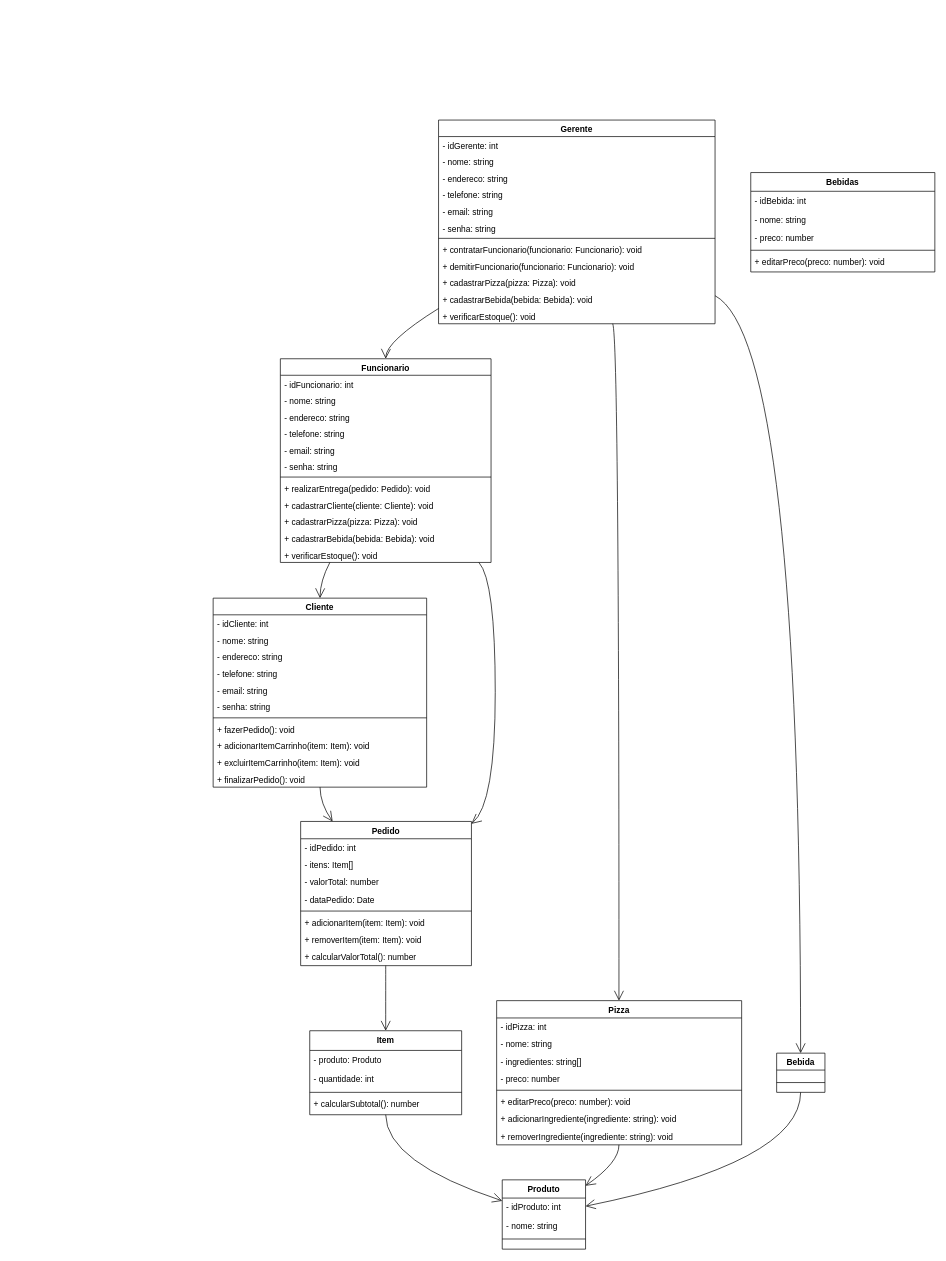
The draw.io diagram Eng. de software/Trab_EngenhariaSF.drawio in LuisAugusto0/Arquivos_PUC_CC, before the edit. Source tidied: cells renumbered, new cells numbered last; positions are measured from the earlier drawing's top-left corner, leaving out a move shared by most shapes. Both pictures are drawn from the tidied source at 70%, with x=0, y=0 at pixel (213, 120).
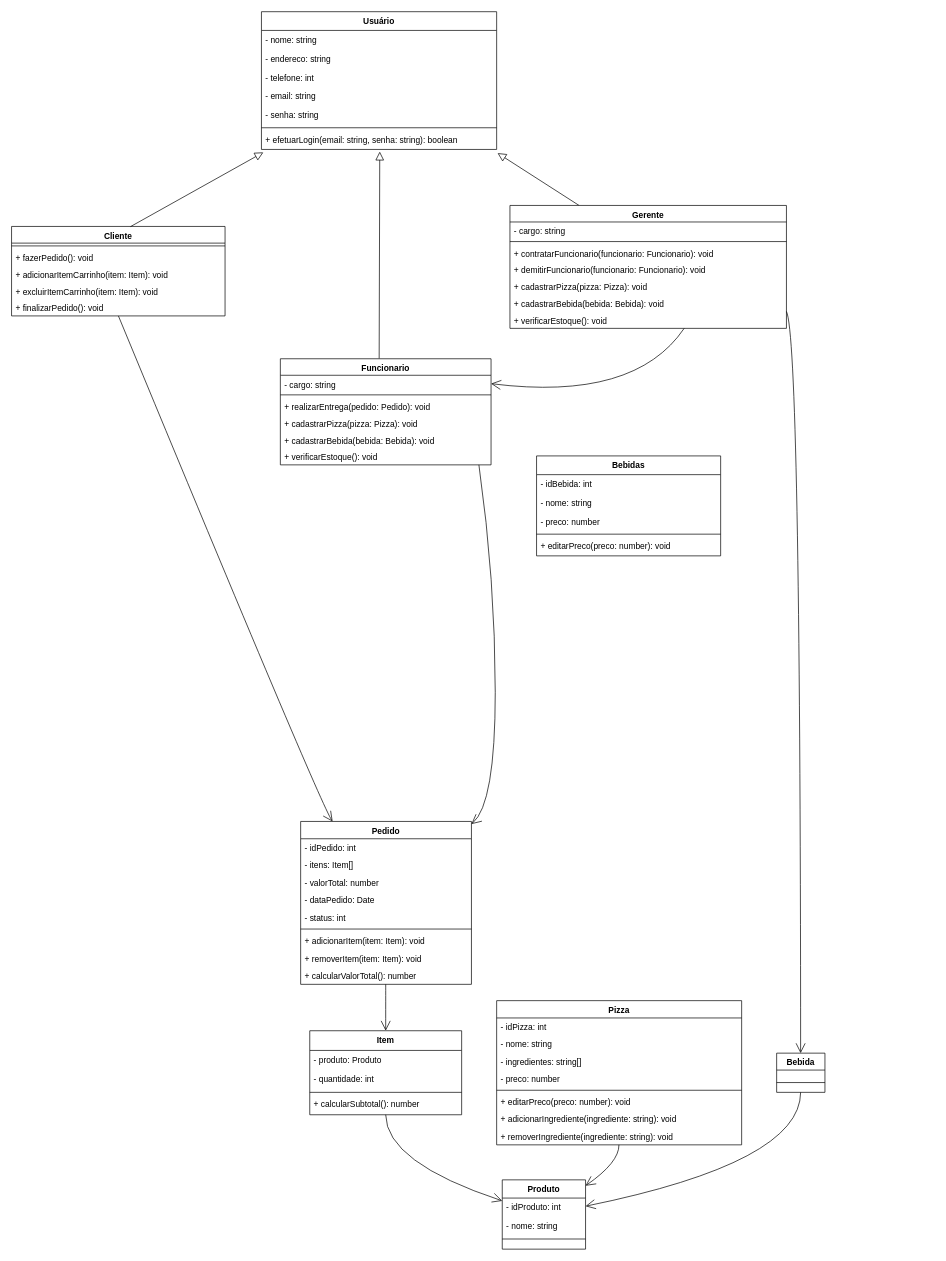
The same page after the edit.

The change refers to these unchanged cells:
```xml
<mxCell id="40" value="Pizza" style="swimlane;fontStyle=1;align=center;verticalAlign=top;horizontal=1;startSize=24.730932235717773;" parent="1" vertex="1">
  <mxGeometry x="405" y="1258" width="350" height="206" as="geometry" />
</mxCell>
```

Change to the diagram source:
```diff
@@
     <mxCell id="2" value="Cliente" style="swimlane;fontStyle=1;align=center;verticalAlign=top;horizontal=1;startSize=23.8104775168679;" parent="1" vertex="1">
-      <mxGeometry y="683" width="305" height="270" as="geometry" />
+      <mxGeometry x="-288" y="152" width="305" height="127.8" as="geometry" />
     </mxCell>
-    <mxCell id="3" value="- idCliente: int" style="text;strokeColor=none;fillColor=none;align=left;verticalAlign=top;spacingLeft=4;spacingRight=4;overflow=hidden;" parent="2" vertex="1">
-      <mxGeometry y="24" width="305" height="24" as="geometry" />
-    </mxCell>
-    <mxCell id="4" value="- nome: string" style="text;strokeColor=none;fillColor=none;align=left;verticalAlign=top;spacingLeft=4;spacingRight=4;overflow=hidden;" parent="2" vertex="1">
-      <mxGeometry y="48" width="305" height="24" as="geometry" />
-    </mxCell>
-    <mxCell id="5" value="- endereco: string" style="text;strokeColor=none;fillColor=none;align=left;verticalAlign=top;spacingLeft=4;spacingRight=4;overflow=hidden;" parent="2" vertex="1">
-      <mxGeometry y="71" width="305" height="24" as="geometry" />
-    </mxCell>
-    <mxCell id="6" value="- telefone: string" style="text;strokeColor=none;fillColor=none;align=left;verticalAlign=top;spacingLeft=4;spacingRight=4;overflow=hidden;" parent="2" vertex="1">
-      <mxGeometry y="95" width="305" height="24" as="geometry" />
-    </mxCell>
-    <mxCell id="7" value="- email: string" style="text;strokeColor=none;fillColor=none;align=left;verticalAlign=top;spacingLeft=4;spacingRight=4;overflow=hidden;" parent="2" vertex="1">
-      <mxGeometry y="119" width="305" height="24" as="geometry" />
-    </mxCell>
-    <mxCell id="8" value="- senha: string" style="text;strokeColor=none;fillColor=none;align=left;verticalAlign=top;spacingLeft=4;spacingRight=4;overflow=hidden;" parent="2" vertex="1">
-      <mxGeometry y="143" width="305" height="24" as="geometry" />
-    </mxCell>
     <mxCell id="9" style="line;strokeWidth=1;fillColor=none;align=left;verticalAlign=middle;spacingTop=-1;spacingLeft=3;spacingRight=3;labelPosition=right;strokeColor=inherit;" parent="2" vertex="1">
-      <mxGeometry y="167" width="305" height="8" as="geometry" />
+      <mxGeometry y="23.8" width="305" height="8" as="geometry" />
     </mxCell>
     <mxCell id="10" value="+ fazerPedido(): void" style="text;strokeColor=none;fillColor=none;align=left;verticalAlign=top;spacingLeft=4;spacingRight=4;overflow=hidden;" parent="2" vertex="1">
-      <mxGeometry y="175" width="305" height="24" as="geometry" />
+      <mxGeometry y="31.8" width="305" height="24" as="geometry" />
     </mxCell>
     <mxCell id="11" value="+ adicionarItemCarrinho(item: Item): void" style="text;strokeColor=none;fillColor=none;align=left;verticalAlign=top;spacingLeft=4;spacingRight=4;overflow=hidden;" parent="2" vertex="1">
-      <mxGeometry y="198" width="305" height="24" as="geometry" />
+      <mxGeometry y="55.8" width="305" height="24" as="geometry" />
     </mxCell>
     <mxCell id="12" value="+ excluirItemCarrinho(item: Item): void" style="text;strokeColor=none;fillColor=none;align=left;verticalAlign=top;spacingLeft=4;spacingRight=4;overflow=hidden;" parent="2" vertex="1">
-      <mxGeometry y="222" width="305" height="24" as="geometry" />
+      <mxGeometry y="79.8" width="305" height="24" as="geometry" />
     </mxCell>
     <mxCell id="13" value="+ finalizarPedido(): void" style="text;strokeColor=none;fillColor=none;align=left;verticalAlign=top;spacingLeft=4;spacingRight=4;overflow=hidden;" parent="2" vertex="1">
-      <mxGeometry y="246" width="305" height="24" as="geometry" />
+      <mxGeometry y="103.8" width="305" height="24" as="geometry" />
     </mxCell>
     <mxCell id="14" value="Funcionario" style="swimlane;fontStyle=1;align=center;verticalAlign=top;horizontal=1;startSize=23.605931599934895;" parent="1" vertex="1">
-      <mxGeometry x="96" y="341" width="301" height="291" as="geometry" />
+      <mxGeometry x="96" y="341" width="301" height="151.6" as="geometry" />
     </mxCell>
-    <mxCell id="15" value="- idFuncionario: int" style="text;strokeColor=none;fillColor=none;align=left;verticalAlign=top;spacingLeft=4;spacingRight=4;overflow=hidden;" parent="14" vertex="1">
-      <mxGeometry y="24" width="301" height="24" as="geometry" />
-    </mxCell>
-    <mxCell id="16" value="- nome: string" style="text;strokeColor=none;fillColor=none;align=left;verticalAlign=top;spacingLeft=4;spacingRight=4;overflow=hidden;" parent="14" vertex="1">
-      <mxGeometry y="47" width="301" height="24" as="geometry" />
-    </mxCell>
-    <mxCell id="17" value="- endereco: string" style="text;strokeColor=none;fillColor=none;align=left;verticalAlign=top;spacingLeft=4;spacingRight=4;overflow=hidden;" parent="14" vertex="1">
-      <mxGeometry y="71" width="301" height="24" as="geometry" />
-    </mxCell>
-    <mxCell id="18" value="- telefone: string" style="text;strokeColor=none;fillColor=none;align=left;verticalAlign=top;spacingLeft=4;spacingRight=4;overflow=hidden;" parent="14" vertex="1">
-      <mxGeometry y="94" width="301" height="24" as="geometry" />
-    </mxCell>
-    <mxCell id="19" value="- email: string" style="text;strokeColor=none;fillColor=none;align=left;verticalAlign=top;spacingLeft=4;spacingRight=4;overflow=hidden;" parent="14" vertex="1">
-      <mxGeometry y="118" width="301" height="24" as="geometry" />
-    </mxCell>
-    <mxCell id="20" value="- senha: string" style="text;strokeColor=none;fillColor=none;align=left;verticalAlign=top;spacingLeft=4;spacingRight=4;overflow=hidden;points=[[0,0.5],[1,0.5]];portConstraint=eastwest;" parent="14" vertex="1">
-      <mxGeometry y="142" width="301" height="24" as="geometry" />
+    <mxCell id="20" value="- cargo: string" style="text;strokeColor=none;fillColor=none;align=left;verticalAlign=top;spacingLeft=4;spacingRight=4;overflow=hidden;points=[[0,0.5],[1,0.5]];portConstraint=eastwest;" parent="14" vertex="1">
+      <mxGeometry y="23.6" width="301" height="24" as="geometry" />
     </mxCell>
     <mxCell id="21" style="line;strokeWidth=1;fillColor=none;align=left;verticalAlign=middle;spacingTop=-1;spacingLeft=3;spacingRight=3;labelPosition=right;strokeColor=inherit;" parent="14" vertex="1">
-      <mxGeometry y="165" width="301" height="8" as="geometry" />
+      <mxGeometry y="47.6" width="301" height="8" as="geometry" />
     </mxCell>
     <mxCell id="22" value="+ realizarEntrega(pedido: Pedido): void" style="text;strokeColor=none;fillColor=none;align=left;verticalAlign=top;spacingLeft=4;spacingRight=4;overflow=hidden;" parent="14" vertex="1">
-      <mxGeometry y="173" width="301" height="24" as="geometry" />
+      <mxGeometry y="55.6" width="301" height="24" as="geometry" />
     </mxCell>
-    <mxCell id="23" value="+ cadastrarCliente(cliente: Cliente): void" style="text;strokeColor=none;fillColor=none;align=left;verticalAlign=top;spacingLeft=4;spacingRight=4;overflow=hidden;" parent="14" vertex="1">
-      <mxGeometry y="197" width="301" height="24" as="geometry" />
-    </mxCell>
     <mxCell id="24" value="+ cadastrarPizza(pizza: Pizza): void" style="text;strokeColor=none;fillColor=none;align=left;verticalAlign=top;spacingLeft=4;spacingRight=4;overflow=hidden;" parent="14" vertex="1">
-      <mxGeometry y="220" width="301" height="24" as="geometry" />
+      <mxGeometry y="79.6" width="301" height="24" as="geometry" />
     </mxCell>
     <mxCell id="25" value="+ cadastrarBebida(bebida: Bebida): void" style="text;strokeColor=none;fillColor=none;align=left;verticalAlign=top;spacingLeft=4;spacingRight=4;overflow=hidden;" parent="14" vertex="1">
-      <mxGeometry y="244" width="301" height="24" as="geometry" />
+      <mxGeometry y="103.6" width="301" height="24" as="geometry" />
     </mxCell>
     <mxCell id="26" value="+ verificarEstoque(): void" style="text;strokeColor=none;fillColor=none;align=left;verticalAlign=top;spacingLeft=4;spacingRight=4;overflow=hidden;" parent="14" vertex="1">
-      <mxGeometry y="268" width="301" height="24" as="geometry" />
+      <mxGeometry y="127.6" width="301" height="24" as="geometry" />
     </mxCell>
+    <mxCell id="85" style="rounded=0;jettySize=auto;html=1;exitX=0.25;exitY=0;exitDx=0;exitDy=0;endArrow=block;endFill=0;entryX=1.004;entryY=1.195;entryDx=0;entryDy=0;entryPerimeter=0;endSize=10;" parent="1" edge="1" source="27" target="95">
+      <mxGeometry relative="1" as="geometry" />
+    </mxCell>
     <mxCell id="27" value="Gerente" style="swimlane;fontStyle=1;align=center;verticalAlign=top;horizontal=1;startSize=23.605931599934895;" parent="1" vertex="1">
-      <mxGeometry x="322" width="395" height="291" as="geometry" />
+      <mxGeometry x="424" y="122" width="395" height="175.6" as="geometry" />
     </mxCell>
-    <mxCell id="28" value="- idGerente: int" style="text;strokeColor=none;fillColor=none;align=left;verticalAlign=top;spacingLeft=4;spacingRight=4;overflow=hidden;" parent="27" vertex="1">
-      <mxGeometry y="24" width="395" height="24" as="geometry" />
-    </mxCell>
-    <mxCell id="29" value="- nome: string" style="text;strokeColor=none;fillColor=none;align=left;verticalAlign=top;spacingLeft=4;spacingRight=4;overflow=hidden;" parent="27" vertex="1">
-      <mxGeometry y="47" width="395" height="24" as="geometry" />
-    </mxCell>
-    <mxCell id="30" value="- endereco: string" style="text;strokeColor=none;fillColor=none;align=left;verticalAlign=top;spacingLeft=4;spacingRight=4;overflow=hidden;" parent="27" vertex="1">
-      <mxGeometry y="71" width="395" height="24" as="geometry" />
-    </mxCell>
-    <mxCell id="31" value="- telefone: string" style="text;strokeColor=none;fillColor=none;align=left;verticalAlign=top;spacingLeft=4;spacingRight=4;overflow=hidden;" parent="27" vertex="1">
-      <mxGeometry y="94" width="395" height="24" as="geometry" />
-    </mxCell>
-    <mxCell id="32" value="- email: string" style="text;strokeColor=none;fillColor=none;align=left;verticalAlign=top;spacingLeft=4;spacingRight=4;overflow=hidden;" parent="27" vertex="1">
-      <mxGeometry y="118" width="395" height="24" as="geometry" />
-    </mxCell>
-    <mxCell id="33" value="- senha: string" style="text;strokeColor=none;fillColor=none;align=left;verticalAlign=top;spacingLeft=4;spacingRight=4;overflow=hidden;" parent="27" vertex="1">
-      <mxGeometry y="142" width="395" height="24" as="geometry" />
-    </mxCell>
+    <mxCell id="86" value="- cargo: string" style="text;strokeColor=none;fillColor=none;align=left;verticalAlign=top;spacingLeft=4;spacingRight=4;overflow=hidden;" parent="27" vertex="1">
+      <mxGeometry y="23.6" width="395" height="24" as="geometry" />
+    </mxCell>
     <mxCell id="34" style="line;strokeWidth=1;fillColor=none;align=left;verticalAlign=middle;spacingTop=-1;spacingLeft=3;spacingRight=3;labelPosition=right;strokeColor=inherit;" parent="27" vertex="1">
-      <mxGeometry y="165" width="395" height="8" as="geometry" />
+      <mxGeometry y="47.6" width="395" height="8" as="geometry" />
     </mxCell>
     <mxCell id="35" value="+ contratarFuncionario(funcionario: Funcionario): void" style="text;strokeColor=none;fillColor=none;align=left;verticalAlign=top;spacingLeft=4;spacingRight=4;overflow=hidden;" parent="27" vertex="1">
-      <mxGeometry y="173" width="395" height="24" as="geometry" />
+      <mxGeometry y="55.6" width="395" height="24" as="geometry" />
     </mxCell>
     <mxCell id="36" value="+ demitirFuncionario(funcionario: Funcionario): void" style="text;strokeColor=none;fillColor=none;align=left;verticalAlign=top;spacingLeft=4;spacingRight=4;overflow=hidden;" parent="27" vertex="1">
-      <mxGeometry y="197" width="395" height="24" as="geometry" />
+      <mxGeometry y="79.6" width="395" height="24" as="geometry" />
     </mxCell>
     <mxCell id="37" value="+ cadastrarPizza(pizza: Pizza): void" style="text;strokeColor=none;fillColor=none;align=left;verticalAlign=top;spacingLeft=4;spacingRight=4;overflow=hidden;" parent="27" vertex="1">
-      <mxGeometry y="220" width="395" height="24" as="geometry" />
+      <mxGeometry y="103.6" width="395" height="24" as="geometry" />
     </mxCell>
     <mxCell id="38" value="+ cadastrarBebida(bebida: Bebida): void" style="text;strokeColor=none;fillColor=none;align=left;verticalAlign=top;spacingLeft=4;spacingRight=4;overflow=hidden;" parent="27" vertex="1">
-      <mxGeometry y="244" width="395" height="24" as="geometry" />
+      <mxGeometry y="127.6" width="395" height="24" as="geometry" />
     </mxCell>
     <mxCell id="39" value="+ verificarEstoque(): void" style="text;strokeColor=none;fillColor=none;align=left;verticalAlign=top;spacingLeft=4;spacingRight=4;overflow=hidden;" parent="27" vertex="1">
-      <mxGeometry y="268" width="395" height="24" as="geometry" />
+      <mxGeometry y="151.6" width="395" height="24" as="geometry" />
     </mxCell>
@@
     <mxCell id="49" value="Bebidas" style="swimlane;fontStyle=1;align=center;verticalAlign=top;horizontal=1;startSize=26.7559326171875;" parent="1" vertex="1">
-      <mxGeometry x="768" y="75" width="263" height="142" as="geometry" />
+      <mxGeometry x="462" y="479.8" width="263" height="142.8" as="geometry" />
     </mxCell>
     <mxCell id="50" value="- idBebida: int" style="text;strokeColor=none;fillColor=none;align=left;verticalAlign=top;spacingLeft=4;spacingRight=4;overflow=hidden;" parent="49" vertex="1">
-      <mxGeometry y="27" width="263" height="27" as="geometry" />
+      <mxGeometry y="26.8" width="263" height="27" as="geometry" />
     </mxCell>
     <mxCell id="51" value="- nome: string" style="text;strokeColor=none;fillColor=none;align=left;verticalAlign=top;spacingLeft=4;spacingRight=4;overflow=hidden;" parent="49" vertex="1">
-      <mxGeometry y="54" width="263" height="27" as="geometry" />
+      <mxGeometry y="53.8" width="263" height="27" as="geometry" />
     </mxCell>
     <mxCell id="52" value="- preco: number" style="text;strokeColor=none;fillColor=none;align=left;verticalAlign=top;spacingLeft=4;spacingRight=4;overflow=hidden;" parent="49" vertex="1">
-      <mxGeometry y="80" width="263" height="27" as="geometry" />
+      <mxGeometry y="80.8" width="263" height="27" as="geometry" />
     </mxCell>
     <mxCell id="53" style="line;strokeWidth=1;fillColor=none;align=left;verticalAlign=middle;spacingTop=-1;spacingLeft=3;spacingRight=3;labelPosition=right;strokeColor=inherit;" parent="49" vertex="1">
-      <mxGeometry y="107" width="263" height="8" as="geometry" />
+      <mxGeometry y="107.8" width="263" height="8" as="geometry" />
     </mxCell>
     <mxCell id="54" value="+ editarPreco(preco: number): void" style="text;strokeColor=none;fillColor=none;align=left;verticalAlign=top;spacingLeft=4;spacingRight=4;overflow=hidden;" parent="49" vertex="1">
-      <mxGeometry y="115" width="263" height="27" as="geometry" />
+      <mxGeometry y="115.8" width="263" height="27" as="geometry" />
     </mxCell>
     <mxCell id="55" value="Pedido" style="swimlane;fontStyle=1;align=center;verticalAlign=top;horizontal=1;startSize=24.730932235717773;" parent="1" vertex="1">
-      <mxGeometry x="125" y="1002" width="244" height="206" as="geometry" />
+      <mxGeometry x="125" y="1002" width="244" height="232.7" as="geometry" />
     </mxCell>
     <mxCell id="56" value="- idPedido: int" style="text;strokeColor=none;fillColor=none;align=left;verticalAlign=top;spacingLeft=4;spacingRight=4;overflow=hidden;" parent="55" vertex="1">
-      <mxGeometry y="25" width="244" height="25" as="geometry" />
+      <mxGeometry y="24.7" width="244" height="25" as="geometry" />
     </mxCell>
     <mxCell id="57" value="- itens: Item[]" style="text;strokeColor=none;fillColor=none;align=left;verticalAlign=top;spacingLeft=4;spacingRight=4;overflow=hidden;" parent="55" vertex="1">
-      <mxGeometry y="49" width="244" height="25" as="geometry" />
+      <mxGeometry y="49.7" width="244" height="25" as="geometry" />
     </mxCell>
     <mxCell id="58" value="- valorTotal: number" style="text;strokeColor=none;fillColor=none;align=left;verticalAlign=top;spacingLeft=4;spacingRight=4;overflow=hidden;" parent="55" vertex="1">
-      <mxGeometry y="74" width="244" height="25" as="geometry" />
+      <mxGeometry y="74.7" width="244" height="25" as="geometry" />
     </mxCell>
     <mxCell id="59" value="- dataPedido: Date" style="text;strokeColor=none;fillColor=none;align=left;verticalAlign=top;spacingLeft=4;spacingRight=4;overflow=hidden;" parent="55" vertex="1">
-      <mxGeometry y="99" width="244" height="25" as="geometry" />
+      <mxGeometry y="99.7" width="244" height="25" as="geometry" />
     </mxCell>
+    <mxCell id="87" value="- status: int" style="text;strokeColor=none;fillColor=none;align=left;verticalAlign=top;spacingLeft=4;spacingRight=4;overflow=hidden;" parent="55" vertex="1">
+      <mxGeometry y="124.7" width="244" height="25" as="geometry" />
+    </mxCell>
     <mxCell id="60" style="line;strokeWidth=1;fillColor=none;align=left;verticalAlign=middle;spacingTop=-1;spacingLeft=3;spacingRight=3;labelPosition=right;strokeColor=inherit;" parent="55" vertex="1">
-      <mxGeometry y="124" width="244" height="8" as="geometry" />
+      <mxGeometry y="149.7" width="244" height="8" as="geometry" />
     </mxCell>
     <mxCell id="61" value="+ adicionarItem(item: Item): void" style="text;strokeColor=none;fillColor=none;align=left;verticalAlign=top;spacingLeft=4;spacingRight=4;overflow=hidden;" parent="55" vertex="1">
-      <mxGeometry y="132" width="244" height="25" as="geometry" />
+      <mxGeometry y="157.7" width="244" height="25" as="geometry" />
     </mxCell>
     <mxCell id="62" value="+ removerItem(item: Item): void" style="text;strokeColor=none;fillColor=none;align=left;verticalAlign=top;spacingLeft=4;spacingRight=4;overflow=hidden;" parent="55" vertex="1">
-      <mxGeometry y="156" width="244" height="25" as="geometry" />
+      <mxGeometry y="182.7" width="244" height="25" as="geometry" />
     </mxCell>
     <mxCell id="63" value="+ calcularValorTotal(): number" style="text;strokeColor=none;fillColor=none;align=left;verticalAlign=top;spacingLeft=4;spacingRight=4;overflow=hidden;" parent="55" vertex="1">
-      <mxGeometry y="181" width="244" height="25" as="geometry" />
+      <mxGeometry y="207.7" width="244" height="25" as="geometry" />
     </mxCell>
@@
-    <mxCell id="77" style="curved=1;startArrow=none;endArrow=open;endSize=12;exitX=0.23394459240729226;exitY=1.0018637745650774;entryX=0.5005557200947746;entryY=-0.0016949688946759258;" parent="1" edge="1" source="14" target="2">
-      <mxGeometry relative="1" as="geometry">
-        <Array as="points">
-          <mxPoint x="153" y="658" />
-        </Array>
-      </mxGeometry>
-    </mxCell>
-    <mxCell id="78" style="curved=1;startArrow=none;endArrow=open;endSize=12;exitX=0.0010325468039210839;exitY=0.9241104080935388;entryX=0.500014092835081;entryY=0.0009318872825386598;" parent="1" edge="1" source="27" target="14">
-      <mxGeometry relative="1" as="geometry">
-        <Array as="points">
-          <mxPoint x="247" y="316" />
-        </Array>
-      </mxGeometry>
-    </mxCell>
-    <mxCell id="79" style="curved=1;startArrow=none;endArrow=open;endSize=12;exitX=0.6302813684367862;exitY=1.0009318872825386;entryX=0.4991644505092076;entryY=0.0014809173287697209;" parent="1" edge="1" source="27" target="40">
+    <mxCell id="79" style="curved=1;startArrow=none;endArrow=open;endSize=12;exitX=0.6302813684367862;exitY=1.0009318872825386;entryX=1;entryY=0.5;entryDx=0;entryDy=0;" parent="1" edge="1" source="27" target="20">
       <mxGeometry relative="1" as="geometry">
         <Array as="points">
-          <mxPoint x="580" y="316" />
+          <mxPoint x="602" y="402" />
         </Array>
       </mxGeometry>
     </mxCell>
@@
+    <mxCell id="88" value="Usuário" style="swimlane;fontStyle=1;align=center;verticalAlign=top;horizontal=1;startSize=26.7559326171875;" parent="1" vertex="1">
+      <mxGeometry x="69" y="-154.8" width="336" height="196.8" as="geometry" />
+    </mxCell>
+    <mxCell id="89" value="- nome: string" style="text;strokeColor=none;fillColor=none;align=left;verticalAlign=top;spacingLeft=4;spacingRight=4;overflow=hidden;" parent="88" vertex="1">
+      <mxGeometry y="26.8" width="336" height="27" as="geometry" />
+    </mxCell>
+    <mxCell id="90" value="- endereco: string" style="text;strokeColor=none;fillColor=none;align=left;verticalAlign=top;spacingLeft=4;spacingRight=4;overflow=hidden;" parent="88" vertex="1">
+      <mxGeometry y="53.8" width="336" height="27" as="geometry" />
+    </mxCell>
+    <mxCell id="91" value="- telefone: int" style="text;strokeColor=none;fillColor=none;align=left;verticalAlign=top;spacingLeft=4;spacingRight=4;overflow=hidden;" parent="88" vertex="1">
+      <mxGeometry y="80.8" width="336" height="27" as="geometry" />
+    </mxCell>
+    <mxCell id="92" value="- email: string" style="text;strokeColor=none;fillColor=none;align=left;verticalAlign=top;spacingLeft=4;spacingRight=4;overflow=hidden;" parent="88" vertex="1">
+      <mxGeometry y="107.8" width="336" height="27" as="geometry" />
+    </mxCell>
+    <mxCell id="93" value="- senha: string" style="text;strokeColor=none;fillColor=none;align=left;verticalAlign=top;spacingLeft=4;spacingRight=4;overflow=hidden;" parent="88" vertex="1">
+      <mxGeometry y="134.8" width="336" height="27" as="geometry" />
+    </mxCell>
+    <mxCell id="94" style="line;strokeWidth=1;fillColor=none;align=left;verticalAlign=middle;spacingTop=-1;spacingLeft=3;spacingRight=3;labelPosition=right;strokeColor=inherit;" parent="88" vertex="1">
+      <mxGeometry y="161.8" width="336" height="8" as="geometry" />
+    </mxCell>
+    <mxCell id="95" value="+ efetuarLogin(email: string, senha: string): boolean" style="text;strokeColor=none;fillColor=none;align=left;verticalAlign=top;spacingLeft=4;spacingRight=4;overflow=hidden;points=[[0,0.5],[1,0.5]];portConstraint=eastwest;" parent="88" vertex="1">
+      <mxGeometry y="169.8" width="336" height="27" as="geometry" />
+    </mxCell>
+    <mxCell id="96" style="rounded=0;jettySize=auto;html=1;exitX=0.469;exitY=-0.003;exitDx=0;exitDy=0;endArrow=block;endFill=0;entryX=0.503;entryY=1.114;entryDx=0;entryDy=0;entryPerimeter=0;endSize=10;exitPerimeter=0;" parent="1" edge="1" source="14" target="95">
+      <mxGeometry relative="1" as="geometry" />
+    </mxCell>
+    <mxCell id="97" style="rounded=0;jettySize=auto;html=1;exitX=0.557;exitY=0.002;exitDx=0;exitDy=0;endArrow=block;endFill=0;entryX=0.008;entryY=1.155;entryDx=0;entryDy=0;endSize=10;exitPerimeter=0;entryPerimeter=0;" parent="1" edge="1" source="2" target="95">
+      <mxGeometry relative="1" as="geometry" />
+    </mxCell>
```
